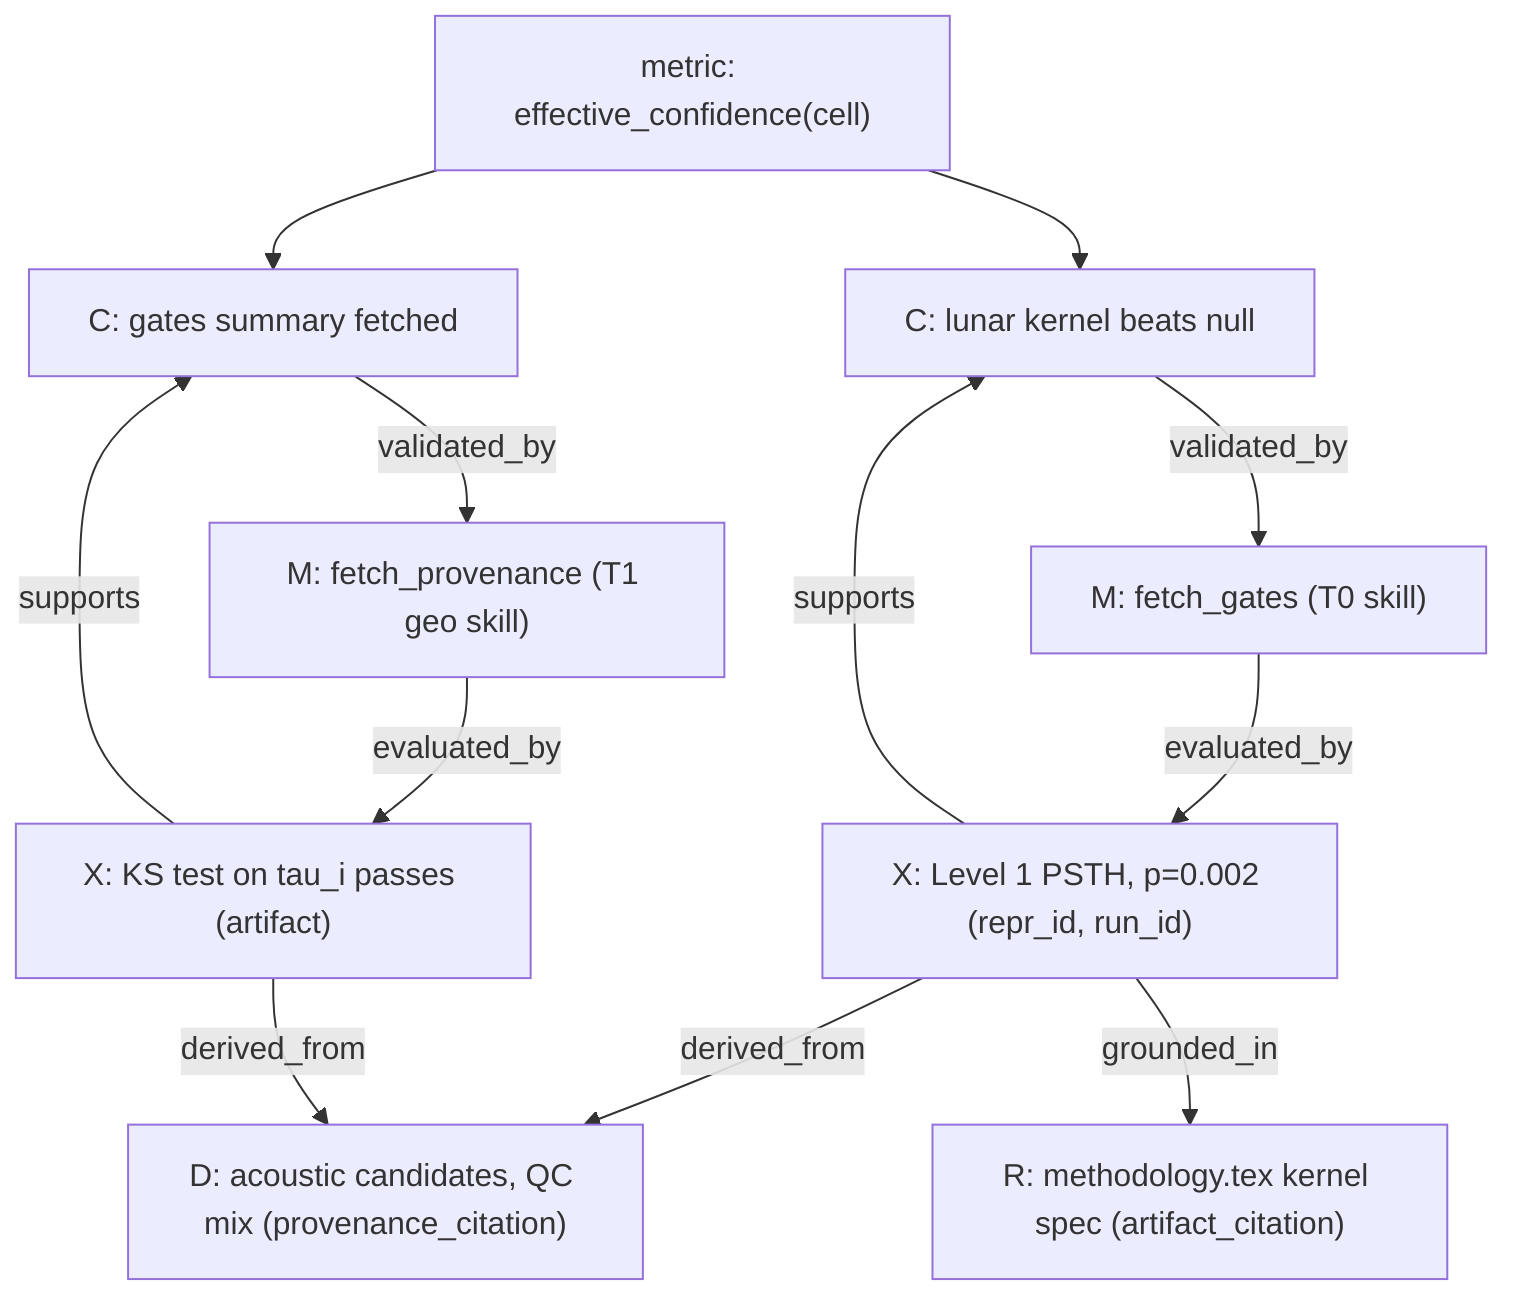
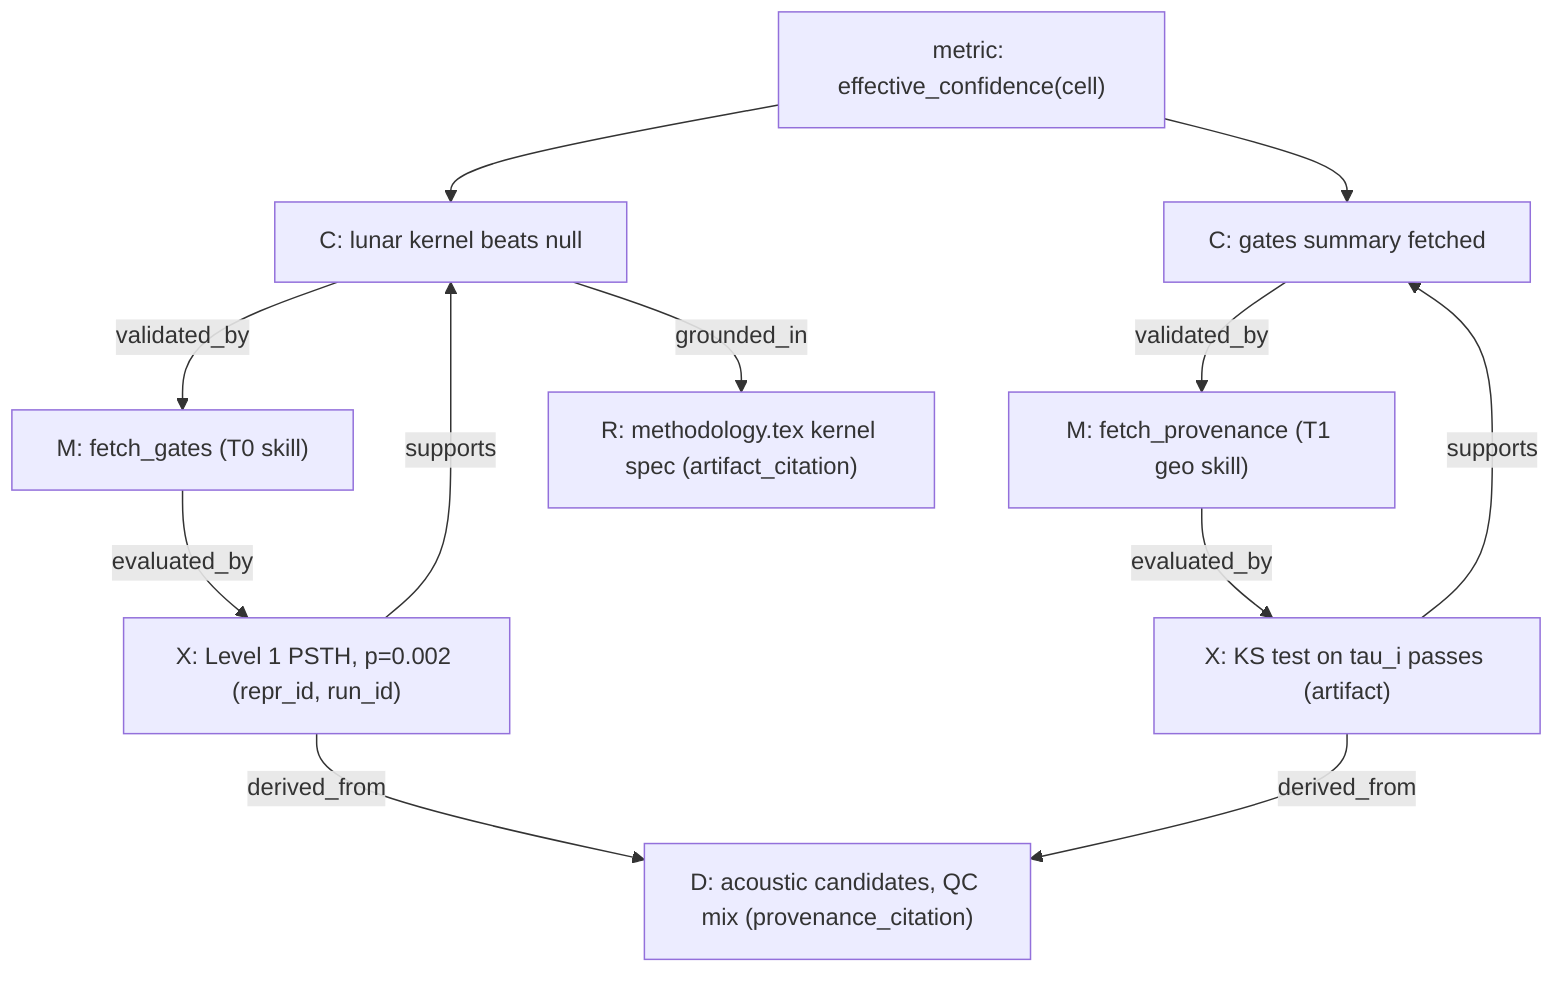
flowchart TB
  METRIC["metric: effective_confidence(cell)"]
  C1["C: lunar kernel beats null"]
  C2["C: gates summary fetched"]
  M1["M: fetch_gates (T0 skill)"]
  M2["M: fetch_provenance (T1 geo skill)"]
  X1["X: Level 1 PSTH, p=0.002 (repr_id, run_id)"]
  X2["X: KS test on tau_i passes (artifact)"]
  D1["D: acoustic candidates, QC mix (provenance_citation)"]
  R1["R: methodology.tex kernel spec (artifact_citation)"]
  METRIC --> C1
  METRIC --> C2
  C1 -->|"validated_by"| M1
  C2 -->|"validated_by"| M2
  M1 -->|"evaluated_by"| X1
  M2 -->|"evaluated_by"| X2
  X1 -->|"supports"| C1
  X1 -->|"derived_from"| D1
-   X1 -->|"grounded_in"| R1
+   C1 -->|"grounded_in"| R1
  X2 -->|"supports"| C2
  X2 -->|"derived_from"| D1
